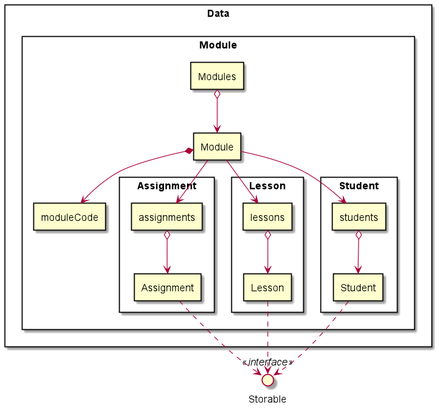
Earlier version of the PlantUML export docs/uml/Data.png (vaiish371/tp).
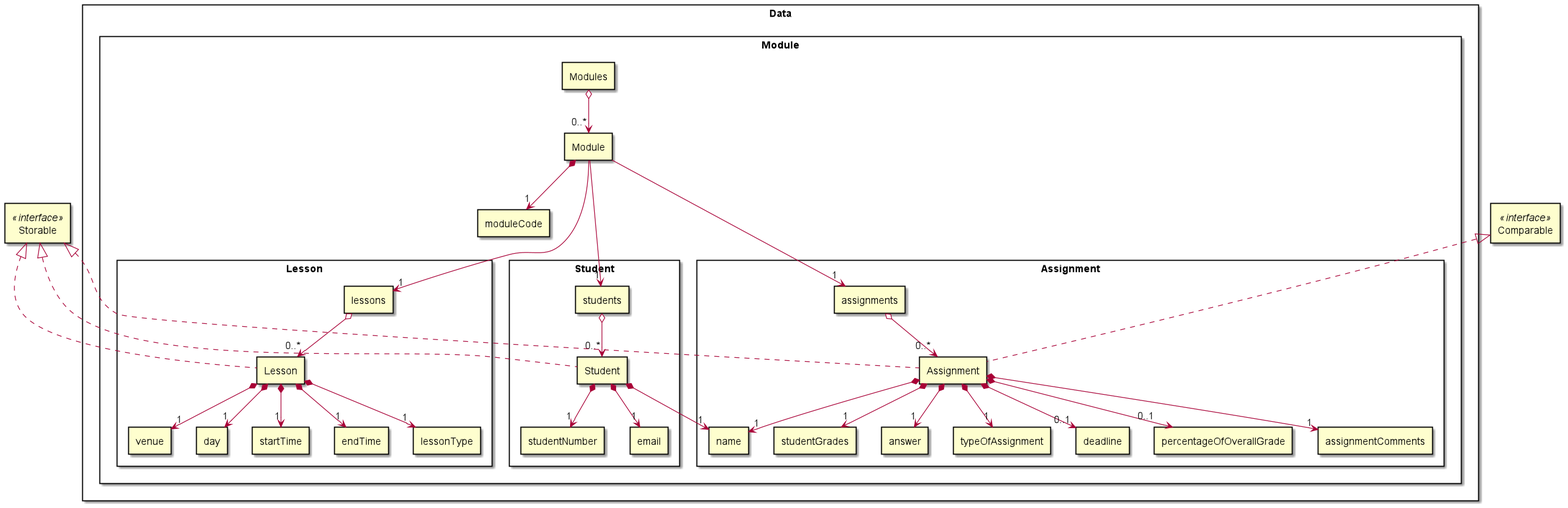
The same file after the commit.

Change to the diagram source:
```diff
@@ -2,27 +2,45 @@
 skinparam componentStyle rectangle
 skinparam packageStyle rectangle
 
-Interface Storable <<interface>>
+Interface [Storable] <<interface>>
+Interface [Comparable] <<interface>>
 package Data {
 
   package "Module" {
-      [Modules] o--> [Module]
-      [Module] *--> [moduleCode]
+      [Modules] o--> "0..*" [Module]
+      [Module] *--> "1" [moduleCode]
       package "Assignment" {
-        [Module] --> [assignments]
-        [assignments] o--> [Assignment]
+        [Module] ---> "1" [assignments]
+        [assignments] o--> "0..*" [Assignment]
+        [Assignment] *--> "1" [name]
+        [Assignment] *--> "1" [typeOfAssignment]
+        [Assignment] *--> "0..1" [deadline]
+        [Assignment] *--> "0..1" [percentageOfOverallGrade]
+        [Assignment] *--> "1" [assignmentComments]
+        [Assignment] *--> "1" [studentGrades]
+        [Assignment] *--> "1" [answer]
       }
       package "Lesson" {
-        [Module] --> [lessons]
-        [lessons] o--> [Lesson]
+        [Module] ---> "1" [lessons]
+        [lessons] o--> "0..*" [Lesson]
+        [Lesson] *--> "1" [lessonType]
+        [Lesson] *--> "1" [venue]
+        [Lesson] *--> "1" [day]
+        [Lesson] *--> "1" [startTime]
+        [Lesson] *--> "1" [endTime]
       }
       package "Student" {
-        [Module] --> [students]
-        [students] o--> [Student]
+        [Module] ---> "1" [students]
+        [students] o--> "0..*" [Student]
+        [Student] *--> "1" [name]
+        [Student] *--> "1" [studentNumber]
+        [Student] *--> "1" [email]
       }
-      [Assignment] ..> Storable
-      [Lesson] ..> Storable
-      [Student] ..> Storable
+      [Assignment] ..up.|> Storable
+      [Assignment] ..up.|> Comparable
+      [Lesson] ..up.|> Storable
+      [Student] ..up.|> Storable
+
   }
 }
 
```
